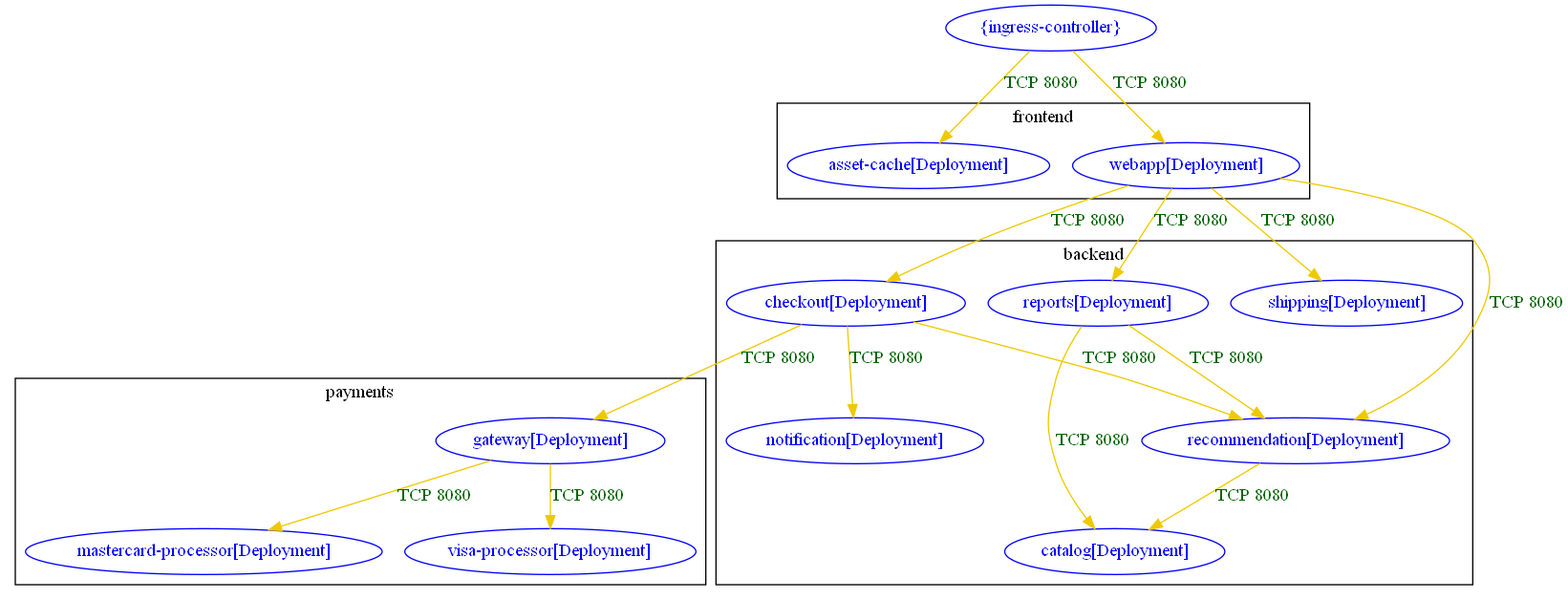
This is test_outputs/connlist/acs-security-demos_connlist_output.dot.png from np-guard/netpol-analyzer, a Graphviz export, as it was before one commit. Its source is kept beside it as test_outputs/connlist/acs-security-demos_connlist_output.dot. Source of this version:
```dot
digraph {
	subgraph cluster_backend {
		"catalog[Deployment]" [label="catalog[Deployment]" color="blue" fontcolor="blue"]
		"checkout[Deployment]" [label="checkout[Deployment]" color="blue" fontcolor="blue"]
		"notification[Deployment]" [label="notification[Deployment]" color="blue" fontcolor="blue"]
		"recommendation[Deployment]" [label="recommendation[Deployment]" color="blue" fontcolor="blue"]
		"reports[Deployment]" [label="reports[Deployment]" color="blue" fontcolor="blue"]
		"shipping[Deployment]" [label="shipping[Deployment]" color="blue" fontcolor="blue"]
		label="backend"
	}
	subgraph cluster_frontend {
		"asset-cache[Deployment]" [label="asset-cache[Deployment]" color="blue" fontcolor="blue"]
		"webapp[Deployment]" [label="webapp[Deployment]" color="blue" fontcolor="blue"]
		label="frontend"
	}
	subgraph cluster_payments {
		"gateway[Deployment]" [label="gateway[Deployment]" color="blue" fontcolor="blue"]
		"mastercard-processor[Deployment]" [label="mastercard-processor[Deployment]" color="blue" fontcolor="blue"]
		"visa-processor[Deployment]" [label="visa-processor[Deployment]" color="blue" fontcolor="blue"]
		label="payments"
	}
	"{ingress-controller}" [label="{ingress-controller}" color="blue" fontcolor="blue"]
	"checkout[Deployment]" -> "gateway[Deployment]" [label="TCP 8080" color="gold2" fontcolor="darkgreen"]
	"checkout[Deployment]" -> "notification[Deployment]" [label="TCP 8080" color="gold2" fontcolor="darkgreen"]
	"checkout[Deployment]" -> "recommendation[Deployment]" [label="TCP 8080" color="gold2" fontcolor="darkgreen"]
	"gateway[Deployment]" -> "mastercard-processor[Deployment]" [label="TCP 8080" color="gold2" fontcolor="darkgreen"]
	"gateway[Deployment]" -> "visa-processor[Deployment]" [label="TCP 8080" color="gold2" fontcolor="darkgreen"]
	"recommendation[Deployment]" -> "catalog[Deployment]" [label="TCP 8080" color="gold2" fontcolor="darkgreen"]
	"reports[Deployment]" -> "catalog[Deployment]" [label="TCP 8080" color="gold2" fontcolor="darkgreen"]
	"reports[Deployment]" -> "recommendation[Deployment]" [label="TCP 8080" color="gold2" fontcolor="darkgreen"]
	"webapp[Deployment]" -> "checkout[Deployment]" [label="TCP 8080" color="gold2" fontcolor="darkgreen"]
	"webapp[Deployment]" -> "recommendation[Deployment]" [label="TCP 8080" color="gold2" fontcolor="darkgreen"]
	"webapp[Deployment]" -> "reports[Deployment]" [label="TCP 8080" color="gold2" fontcolor="darkgreen"]
	"webapp[Deployment]" -> "shipping[Deployment]" [label="TCP 8080" color="gold2" fontcolor="darkgreen"]
	"{ingress-controller}" -> "asset-cache[Deployment]" [label="TCP 8080" color="gold2" fontcolor="darkgreen"]
	"{ingress-controller}" -> "webapp[Deployment]" [label="TCP 8080" color="gold2" fontcolor="darkgreen"]
}
```
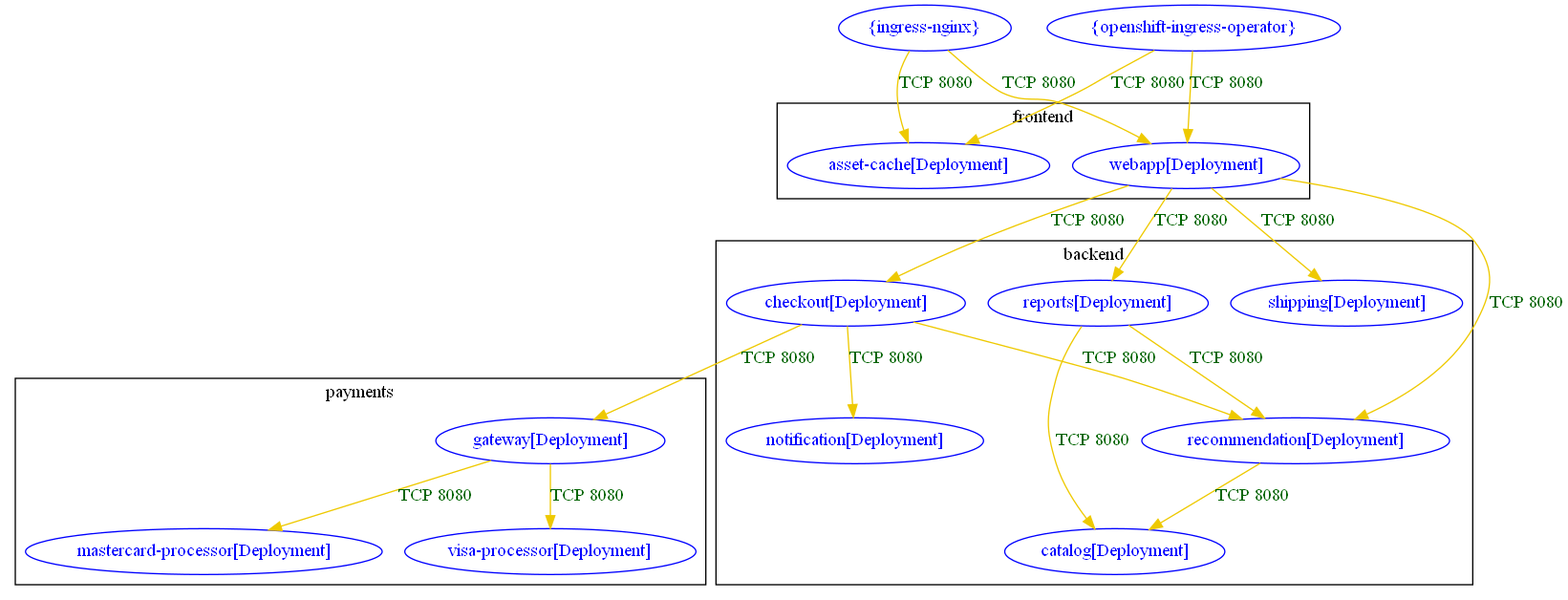
After the commit.

The edit, as a diff of the source:
```diff
@@ -19,7 +19,8 @@
 		"visa-processor[Deployment]" [label="visa-processor[Deployment]" color="blue" fontcolor="blue"]
 		label="payments"
 	}
-	"{ingress-controller}" [label="{ingress-controller}" color="blue" fontcolor="blue"]
+	"{ingress-nginx}" [label="{ingress-nginx}" color="blue" fontcolor="blue"]
+	"{openshift-ingress-operator}" [label="{openshift-ingress-operator}" color="blue" fontcolor="blue"]
 	"checkout[Deployment]" -> "gateway[Deployment]" [label="TCP 8080" color="gold2" fontcolor="darkgreen"]
 	"checkout[Deployment]" -> "notification[Deployment]" [label="TCP 8080" color="gold2" fontcolor="darkgreen"]
 	"checkout[Deployment]" -> "recommendation[Deployment]" [label="TCP 8080" color="gold2" fontcolor="darkgreen"]
@@ -32,6 +33,8 @@
 	"webapp[Deployment]" -> "recommendation[Deployment]" [label="TCP 8080" color="gold2" fontcolor="darkgreen"]
 	"webapp[Deployment]" -> "reports[Deployment]" [label="TCP 8080" color="gold2" fontcolor="darkgreen"]
 	"webapp[Deployment]" -> "shipping[Deployment]" [label="TCP 8080" color="gold2" fontcolor="darkgreen"]
-	"{ingress-controller}" -> "asset-cache[Deployment]" [label="TCP 8080" color="gold2" fontcolor="darkgreen"]
-	"{ingress-controller}" -> "webapp[Deployment]" [label="TCP 8080" color="gold2" fontcolor="darkgreen"]
+	"{ingress-nginx}" -> "asset-cache[Deployment]" [label="TCP 8080" color="gold2" fontcolor="darkgreen"]
+	"{ingress-nginx}" -> "webapp[Deployment]" [label="TCP 8080" color="gold2" fontcolor="darkgreen"]
+	"{openshift-ingress-operator}" -> "asset-cache[Deployment]" [label="TCP 8080" color="gold2" fontcolor="darkgreen"]
+	"{openshift-ingress-operator}" -> "webapp[Deployment]" [label="TCP 8080" color="gold2" fontcolor="darkgreen"]
 }
```
